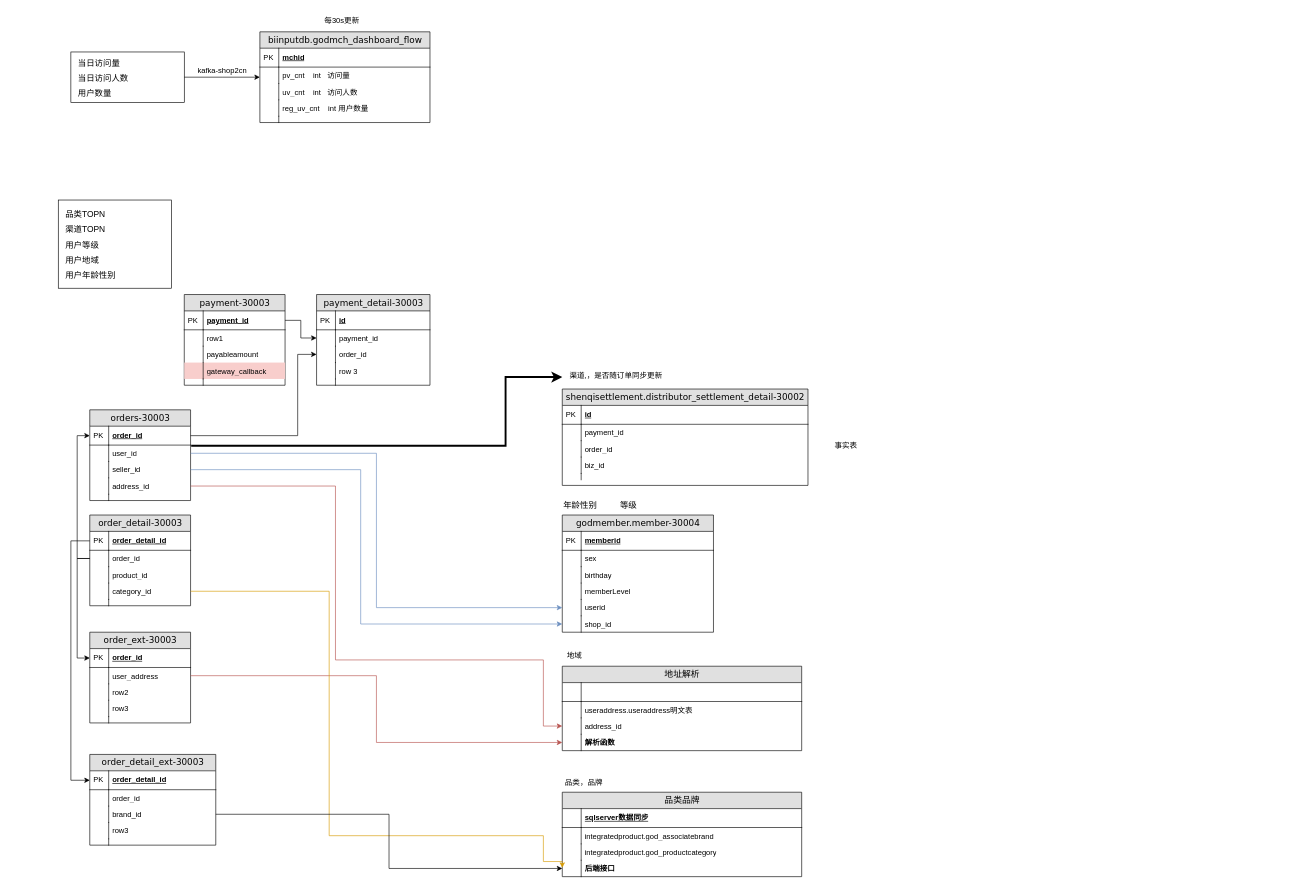
This is 未命名绘图.drawio from langfu54/BigData-Drawings, a draw.io file, before an edit. Source tidied: cells renumbered, new cells numbered last; positions are measured from the earlier drawing's top-left corner, leaving out a move shared by most shapes. Both pictures are drawn from the tidied source at 63%, with x=0, y=0 at pixel (58, 11).
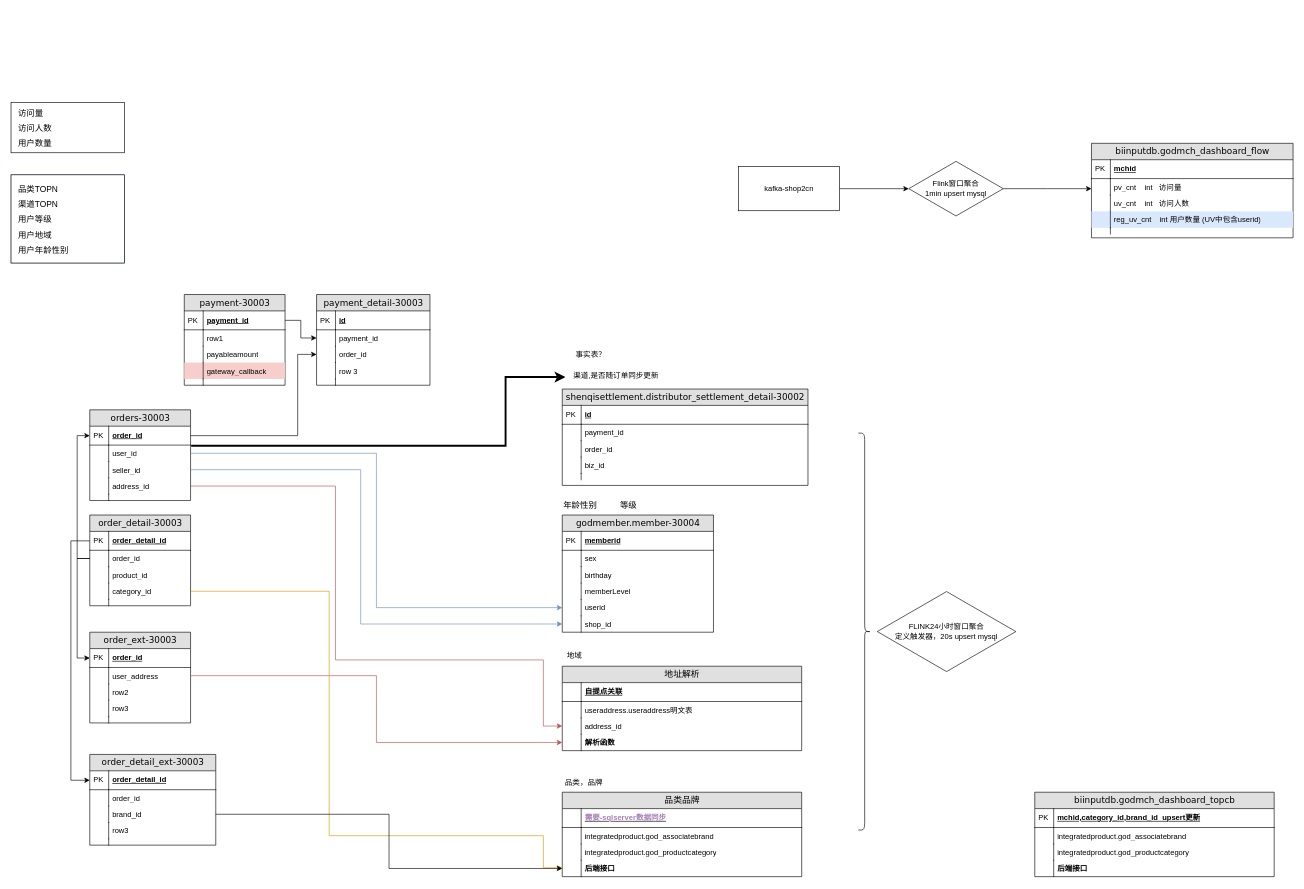
The same diagram, later.

Commit message:
更新未命名绘图.drawio

The change refers to these unchanged cells:
```xml
<mxCell id="9" value="category_id" style="shape=partialRectangle;top=0;left=0;right=0;bottom=0;html=1;align=left;verticalAlign=top;fillColor=none;spacingLeft=34;spacingRight=4;whiteSpace=wrap;overflow=hidden;points=[[0,0.5],[1,0.5]];portConstraint=eastwest;" parent="2" vertex="1">
  <mxGeometry y="108" width="160" height="26" as="geometry" />
</mxCell>
<mxCell id="14" style="rounded=0;whiteSpace=wrap;html=1;" parent="13" vertex="1">
  <mxGeometry y="5" width="180" height="80" as="geometry" />
</mxCell>
<mxCell id="94" value="地址解析" style="swimlane;html=1;fontStyle=0;horizontal=1;startSize=26;fillColor=#e0e0e0;swimlaneFillColor=#ffffff;align=center;rounded=0;shadow=0;comic=0;labelBackgroundColor=none;strokeWidth=1;fontFamily=Verdana;fontSize=14;" parent="1" vertex="1">
  <mxGeometry x="800" y="1040" width="380" height="134" as="geometry" />
</mxCell>
<mxCell id="136" value="品类品牌" style="swimlane;html=1;fontStyle=0;horizontal=1;startSize=26;fillColor=#e0e0e0;swimlaneFillColor=#ffffff;align=center;rounded=0;shadow=0;comic=0;labelBackgroundColor=none;strokeWidth=1;fontFamily=Verdana;fontSize=14;" parent="1" vertex="1">
  <mxGeometry x="800" y="1240" width="380" height="134" as="geometry" />
</mxCell>
```

Diff of the diagram source:
```diff
@@
     <mxCell id="13" style="group;" parent="1" vertex="1">
-      <mxGeometry x="20" y="60" width="180" height="90" as="geometry" />
+      <mxGeometry x="-75" y="140" width="180" height="90" as="geometry" />
     </mxCell>
@@
-    <mxCell id="15" value="&lt;table style=&quot;border-color: var(--border-color); border-collapse: collapse; table-layout: fixed; width: 0px;&quot;&gt;&lt;tbody style=&quot;border-color: var(--border-color);&quot;&gt;&lt;tr style=&quot;border-color: var(--border-color); height: 24px;&quot; height=&quot;24&quot;&gt;&lt;td style=&quot;border-color: var(--border-color); empty-cells: show; line-height: normal; vertical-align: middle; outline-width: 0px; overflow-wrap: break-word; word-break: normal; text-align: left; font-size: 10pt;&quot;&gt;&lt;font style=&quot;border-color: var(--border-color); font-size: 10pt;&quot;&gt;当日访问量&lt;/font&gt;&lt;/td&gt;&lt;/tr&gt;&lt;tr style=&quot;border-color: var(--border-color); height: 24px;&quot; height=&quot;24&quot;&gt;&lt;td style=&quot;border-color: var(--border-color); empty-cells: show; line-height: normal; vertical-align: middle; outline-width: 0px; overflow-wrap: break-word; word-break: normal; text-align: left; font-size: 10pt;&quot;&gt;&lt;font style=&quot;border-color: var(--border-color); font-size: 10pt;&quot;&gt;当日访问人数&lt;/font&gt;&lt;/td&gt;&lt;/tr&gt;&lt;tr style=&quot;border-color: var(--border-color); height: 24px;&quot; height=&quot;24&quot;&gt;&lt;td style=&quot;border-color: var(--border-color); empty-cells: show; line-height: normal; vertical-align: middle; outline-width: 0px; overflow-wrap: break-word; word-break: normal; text-align: left; font-size: 10pt;&quot;&gt;&lt;font style=&quot;border-color: var(--border-color); font-size: 10pt;&quot;&gt;用户数量&lt;/font&gt;&lt;/td&gt;&lt;/tr&gt;&lt;/tbody&gt;&lt;/table&gt;" style="text;html=1;align=center;verticalAlign=middle;strokeColor=none;fillColor=none;" parent="13" vertex="1">
+    <mxCell id="15" value="&lt;table style=&quot;border-color: var(--border-color); border-collapse: collapse; table-layout: fixed; width: 0px;&quot;&gt;&lt;tbody style=&quot;border-color: var(--border-color);&quot;&gt;&lt;tr style=&quot;border-color: var(--border-color); height: 24px;&quot; height=&quot;24&quot;&gt;&lt;td style=&quot;border-color: var(--border-color); empty-cells: show; line-height: normal; vertical-align: middle; outline-width: 0px; overflow-wrap: break-word; word-break: normal; text-align: left; font-size: 10pt;&quot;&gt;&lt;font style=&quot;border-color: var(--border-color); font-size: 10pt;&quot;&gt;访问量&lt;/font&gt;&lt;/td&gt;&lt;/tr&gt;&lt;tr style=&quot;border-color: var(--border-color); height: 24px;&quot; height=&quot;24&quot;&gt;&lt;td style=&quot;border-color: var(--border-color); empty-cells: show; line-height: normal; vertical-align: middle; outline-width: 0px; overflow-wrap: break-word; word-break: normal; text-align: left; font-size: 10pt;&quot;&gt;&lt;font style=&quot;border-color: var(--border-color); font-size: 10pt;&quot;&gt;访问人数&lt;/font&gt;&lt;/td&gt;&lt;/tr&gt;&lt;tr style=&quot;border-color: var(--border-color); height: 24px;&quot; height=&quot;24&quot;&gt;&lt;td style=&quot;border-color: var(--border-color); empty-cells: show; line-height: normal; vertical-align: middle; outline-width: 0px; overflow-wrap: break-word; word-break: normal; text-align: left; font-size: 10pt;&quot;&gt;&lt;font style=&quot;border-color: var(--border-color); font-size: 10pt;&quot;&gt;用户数量&lt;/font&gt;&lt;/td&gt;&lt;/tr&gt;&lt;/tbody&gt;&lt;/table&gt;" style="text;html=1;align=center;verticalAlign=middle;strokeColor=none;fillColor=none;" parent="13" vertex="1">
       <mxGeometry width="20" height="90" as="geometry" />
     </mxCell>
-    <mxCell id="16" style="group;" parent="1" vertex="1">
-      <mxGeometry y="300" width="180" height="140" as="geometry" />
+    <mxCell id="16" style="group;fillColor=#dae8fc;strokeColor=#6c8ebf;" parent="1" vertex="1">
+      <mxGeometry x="-75" y="260" width="180" height="140" as="geometry" />
     </mxCell>
@@
-    <mxCell id="19" style="edgeStyle=orthogonalEdgeStyle;rounded=0;jettySize=auto;html=1;exitX=1;exitY=0.5;exitDx=0;exitDy=0;" parent="1" edge="1" source="14">
-      <mxGeometry relative="1" as="geometry">
-        <mxPoint x="320" y="105" as="targetPoint" />
-      </mxGeometry>
-    </mxCell>
     <mxCell id="20" value="biinputdb.godmch_dashboard_flow" style="swimlane;html=1;fontStyle=0;horizontal=1;startSize=26;fillColor=#e0e0e0;swimlaneFillColor=#ffffff;align=center;rounded=0;shadow=0;comic=0;labelBackgroundColor=none;strokeWidth=1;fontFamily=Verdana;fontSize=14;swimlaneLine=1;" parent="1" vertex="1">
-      <mxGeometry x="320" y="33" width="270" height="144" as="geometry" />
+      <mxGeometry x="1640" y="210" width="320" height="150" as="geometry" />
     </mxCell>
     <mxCell id="21" value="mchid" style="shape=partialRectangle;top=0;left=0;right=0;bottom=1;html=1;align=left;verticalAlign=middle;fillColor=none;spacingLeft=34;spacingRight=4;whiteSpace=wrap;overflow=hidden;fontStyle=5;" parent="20" vertex="1">
-      <mxGeometry y="26" width="270" height="30" as="geometry" />
+      <mxGeometry y="26" width="320" height="30" as="geometry" />
     </mxCell>
@@
     <mxCell id="23" value="pv_cnt&amp;nbsp; &amp;nbsp; int&amp;nbsp; &amp;nbsp;访问量" style="shape=partialRectangle;top=0;left=0;right=0;bottom=0;html=1;align=left;verticalAlign=top;fillColor=none;spacingLeft=34;spacingRight=4;whiteSpace=wrap;overflow=hidden;" parent="20" vertex="1">
-      <mxGeometry y="56" width="270" height="26" as="geometry" />
+      <mxGeometry y="56" width="320" height="26" as="geometry" />
     </mxCell>
@@
     <mxCell id="25" value="uv_cnt&amp;nbsp; &amp;nbsp; int&amp;nbsp; &amp;nbsp;访问人数" style="shape=partialRectangle;top=0;left=0;right=0;bottom=0;html=1;align=left;verticalAlign=top;fillColor=none;spacingLeft=34;spacingRight=4;whiteSpace=wrap;overflow=hidden;" parent="20" vertex="1">
-      <mxGeometry y="82" width="270" height="26" as="geometry" />
+      <mxGeometry y="82" width="320" height="26" as="geometry" />
     </mxCell>
@@
-    <mxCell id="27" value="reg_uv_cnt&amp;nbsp; &amp;nbsp; int 用户数量" style="shape=partialRectangle;top=0;left=0;right=0;bottom=0;html=1;align=left;verticalAlign=top;fillColor=none;spacingLeft=34;spacingRight=4;whiteSpace=wrap;overflow=hidden;" parent="20" vertex="1">
-      <mxGeometry y="108" width="270" height="26" as="geometry" />
+    <mxCell id="27" value="reg_uv_cnt&amp;nbsp; &amp;nbsp; int 用户数量 (UV中包含userid)" style="shape=partialRectangle;top=0;left=0;right=0;bottom=0;html=1;align=left;verticalAlign=top;fillColor=#dae8fc;spacingLeft=34;spacingRight=4;whiteSpace=wrap;overflow=hidden;strokeColor=#6c8ebf;" parent="20" vertex="1">
+      <mxGeometry y="108" width="320" height="26" as="geometry" />
     </mxCell>
@@
     <mxCell id="29" style="shape=partialRectangle;top=0;left=0;right=0;bottom=0;html=1;align=left;verticalAlign=top;fillColor=none;spacingLeft=34;spacingRight=4;whiteSpace=wrap;overflow=hidden;" parent="20" vertex="1">
-      <mxGeometry y="134" width="270" height="10" as="geometry" />
+      <mxGeometry y="134" width="320" height="10" as="geometry" />
     </mxCell>
@@
-    <mxCell id="31" value="kafka-shop2cn" style="text;html=1;align=center;verticalAlign=middle;points=[];strokeColor=none;fillColor=none;" parent="1" vertex="1">
-      <mxGeometry x="210" y="80" width="100" height="30" as="geometry" />
-    </mxCell>
-    <mxCell id="32" value="每30s更新" style="text;html=1;align=center;verticalAlign=middle;strokeColor=none;fillColor=none;" parent="1" vertex="1">
-      <mxGeometry x="410" width="80" height="30" as="geometry" />
-    </mxCell>
@@
-    <mxCell id="95" style="shape=partialRectangle;top=0;left=0;right=0;bottom=1;html=1;align=left;verticalAlign=middle;fillColor=none;spacingLeft=34;spacingRight=4;whiteSpace=wrap;overflow=hidden;fontStyle=5;" parent="94" vertex="1">
+    <mxCell id="95" value="自提点关联" style="shape=partialRectangle;top=0;left=0;right=0;bottom=1;html=1;align=left;verticalAlign=middle;fillColor=none;spacingLeft=34;spacingRight=4;whiteSpace=wrap;overflow=hidden;fontStyle=5;" parent="94" vertex="1">
       <mxGeometry y="26" width="380" height="30" as="geometry" />
     </mxCell>
@@
-    <mxCell id="133" value="渠道,，是否随订单同步更新" style="text;html=1;align=center;verticalAlign=middle;points=[];strokeColor=none;fillColor=none;" parent="1" vertex="1">
-      <mxGeometry x="800" y="564" width="170" height="30" as="geometry" />
+    <mxCell id="133" value="渠道,是否随订单同步更新" style="text;html=1;align=center;verticalAlign=middle;points=[];strokeColor=none;fillColor=none;" parent="1" vertex="1">
+      <mxGeometry x="805" y="564" width="160" height="30" as="geometry" />
     </mxCell>
@@
-    <mxCell id="137" value="sqlserver数据同步" style="shape=partialRectangle;top=0;left=0;right=0;bottom=1;html=1;align=left;verticalAlign=middle;fillColor=none;spacingLeft=34;spacingRight=4;whiteSpace=wrap;overflow=hidden;fontStyle=5;" parent="136" vertex="1">
+    <mxCell id="137" value="&lt;font color=&quot;#a680b8&quot;&gt;需要-sqlserver数据同步&lt;/font&gt;" style="shape=partialRectangle;top=0;left=0;right=0;bottom=1;html=1;align=left;verticalAlign=middle;fillColor=none;spacingLeft=34;spacingRight=4;whiteSpace=wrap;overflow=hidden;fontStyle=5;" parent="136" vertex="1">
       <mxGeometry y="26" width="380" height="30" as="geometry" />
     </mxCell>
@@
     <mxCell id="145" style="edgeStyle=orthogonalEdgeStyle;rounded=0;jettySize=auto;html=1;fillColor=#ffe6cc;strokeColor=#d79b00;" parent="1" edge="1" source="9">
       <mxGeometry relative="1" as="geometry">
         <mxPoint x="800" y="1360" as="targetPoint" />
         <Array as="points">
           <mxPoint x="430" y="921" />
           <mxPoint x="430" y="1309" />
           <mxPoint x="770" y="1309" />
-          <mxPoint x="770" y="1350" />
-          <mxPoint x="800" y="1350" />
+          <mxPoint x="770" y="1360" />
         </Array>
       </mxGeometry>
     </mxCell>
@@
-    <mxCell id="147" value="事实表" style="text;html=1;align=center;verticalAlign=middle;strokeColor=none;fillColor=none;" parent="1" vertex="1">
-      <mxGeometry x="1220" y="675" width="60" height="30" as="geometry" />
+    <mxCell id="147" value="事实表？" style="text;html=1;align=center;verticalAlign=middle;strokeColor=none;fillColor=none;" parent="1" vertex="1">
+      <mxGeometry x="810" y="530" width="70" height="30" as="geometry" />
     </mxCell>
@@
+    <mxCell id="149" style="shape=curlyBracket;whiteSpace=wrap;html=1;rounded=1;flipH=1;labelPosition=right;verticalLabelPosition=middle;align=left;verticalAlign=middle;fontColor=#A680B8;" parent="1" vertex="1">
+      <mxGeometry x="1270" y="670" width="20" height="630" as="geometry" />
+    </mxCell>
+    <mxCell id="150" value="&lt;font color=&quot;#000000&quot;&gt;FLINK24小时窗口聚合&lt;br&gt;定义触发器，20s upsert mysql&lt;br&gt;&lt;/font&gt;" style="html=1;whiteSpace=wrap;shape=isoRectangle;fontColor=#A680B8;" parent="1" vertex="1">
+      <mxGeometry x="1300" y="919" width="220" height="132" as="geometry" />
+    </mxCell>
+    <mxCell id="151" style="edgeStyle=orthogonalEdgeStyle;rounded=0;jettySize=auto;html=1;exitX=1;exitY=0.5;exitDx=0;exitDy=0;entryX=0;entryY=0.5;entryDx=0;entryDy=0;entryPerimeter=0;strokeWidth=1;fontColor=#000000;" parent="1" edge="1" source="31" target="153">
+      <mxGeometry relative="1" as="geometry" />
+    </mxCell>
+    <mxCell id="31" value="kafka-shop2cn" style="html=1;whiteSpace=wrap;fontColor=#000000;" parent="1" vertex="1">
+      <mxGeometry x="1080" y="247" width="160" height="70" as="geometry" />
+    </mxCell>
+    <mxCell id="152" style="edgeStyle=orthogonalEdgeStyle;rounded=0;jettySize=auto;html=1;strokeWidth=1;fontColor=#000000;" parent="1" edge="1" source="153">
+      <mxGeometry relative="1" as="geometry">
+        <mxPoint x="1640" y="282" as="targetPoint" />
+      </mxGeometry>
+    </mxCell>
+    <mxCell id="153" value="Flink窗口聚合&lt;br&gt;1min upsert mysql" style="html=1;whiteSpace=wrap;shape=isoRectangle;fontColor=#000000;" parent="1" vertex="1">
+      <mxGeometry x="1350" y="237" width="150" height="90" as="geometry" />
+    </mxCell>
+    <mxCell id="154" value="biinputdb.godmch_dashboard_topcb" style="swimlane;html=1;fontStyle=0;horizontal=1;startSize=26;fillColor=#e0e0e0;swimlaneFillColor=#ffffff;align=center;rounded=0;shadow=0;comic=0;labelBackgroundColor=none;strokeWidth=1;fontFamily=Verdana;fontSize=14;" parent="1" vertex="1">
+      <mxGeometry x="1550" y="1240" width="380" height="134" as="geometry" />
+    </mxCell>
+    <mxCell id="155" value="mchid,category_id,brand_id&amp;nbsp; upsert更新" style="shape=partialRectangle;top=0;left=0;right=0;bottom=1;html=1;align=left;verticalAlign=middle;fillColor=none;spacingLeft=34;spacingRight=4;whiteSpace=wrap;overflow=hidden;fontStyle=5;" parent="154" vertex="1">
+      <mxGeometry y="26" width="380" height="30" as="geometry" />
+    </mxCell>
+    <mxCell id="156" value="PK" style="shape=partialRectangle;top=0;left=0;bottom=0;html=1;fillColor=none;align=left;verticalAlign=middle;spacingLeft=4;spacingRight=4;whiteSpace=wrap;overflow=hidden;" parent="155" vertex="1">
+      <mxGeometry width="30" height="30" as="geometry" />
+    </mxCell>
+    <mxCell id="157" value="integratedproduct.god_associatebrand" style="shape=partialRectangle;top=0;left=0;right=0;bottom=0;html=1;align=left;verticalAlign=top;fillColor=none;spacingLeft=34;spacingRight=4;whiteSpace=wrap;overflow=hidden;" parent="154" vertex="1">
+      <mxGeometry y="56" width="380" height="26" as="geometry" />
+    </mxCell>
+    <mxCell id="158" style="shape=partialRectangle;top=0;left=0;bottom=0;html=1;fillColor=none;align=left;verticalAlign=top;spacingLeft=4;spacingRight=4;whiteSpace=wrap;overflow=hidden;" parent="157" vertex="1">
+      <mxGeometry width="30" height="26" as="geometry" />
+    </mxCell>
+    <mxCell id="159" value="integratedproduct.god_productcategory" style="shape=partialRectangle;top=0;left=0;right=0;bottom=0;html=1;align=left;verticalAlign=top;fillColor=none;spacingLeft=34;spacingRight=4;whiteSpace=wrap;overflow=hidden;" parent="154" vertex="1">
+      <mxGeometry y="82" width="380" height="26" as="geometry" />
+    </mxCell>
+    <mxCell id="160" style="shape=partialRectangle;top=0;left=0;bottom=0;html=1;fillColor=none;align=left;verticalAlign=top;spacingLeft=4;spacingRight=4;whiteSpace=wrap;overflow=hidden;" parent="159" vertex="1">
+      <mxGeometry width="30" height="26" as="geometry" />
+    </mxCell>
+    <mxCell id="161" value="&lt;b&gt;后端接口&lt;/b&gt;" style="shape=partialRectangle;top=0;left=0;right=0;bottom=0;html=1;align=left;verticalAlign=top;fillColor=none;spacingLeft=34;spacingRight=4;whiteSpace=wrap;overflow=hidden;" parent="154" vertex="1">
+      <mxGeometry y="108" width="380" height="26" as="geometry" />
+    </mxCell>
+    <mxCell id="162" style="shape=partialRectangle;top=0;left=0;bottom=0;html=1;fillColor=none;align=left;verticalAlign=top;spacingLeft=4;spacingRight=4;whiteSpace=wrap;overflow=hidden;" parent="161" vertex="1">
+      <mxGeometry width="30" height="26" as="geometry" />
+    </mxCell>
```
